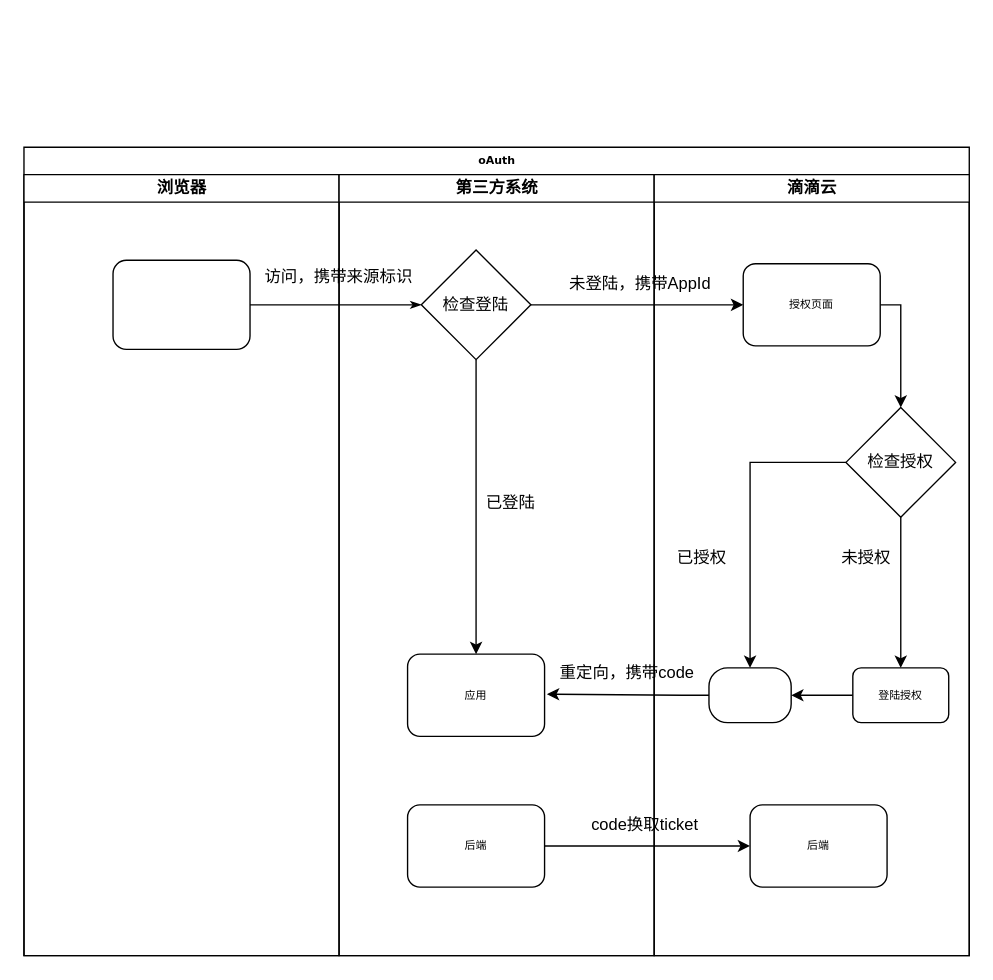
Above: page "Page-2" (2 of 12) of Untitled Diagram.drawio in zyx1992/hexoDocs (draw.io), before the change. Source tidied: cells renumbered, new cells numbered last; positions are measured from the earlier drawing's top-left corner, leaving out a move shared by most shapes. Both pictures are drawn from the tidied source at 137%, with x=0, y=0 at pixel (23, 147).
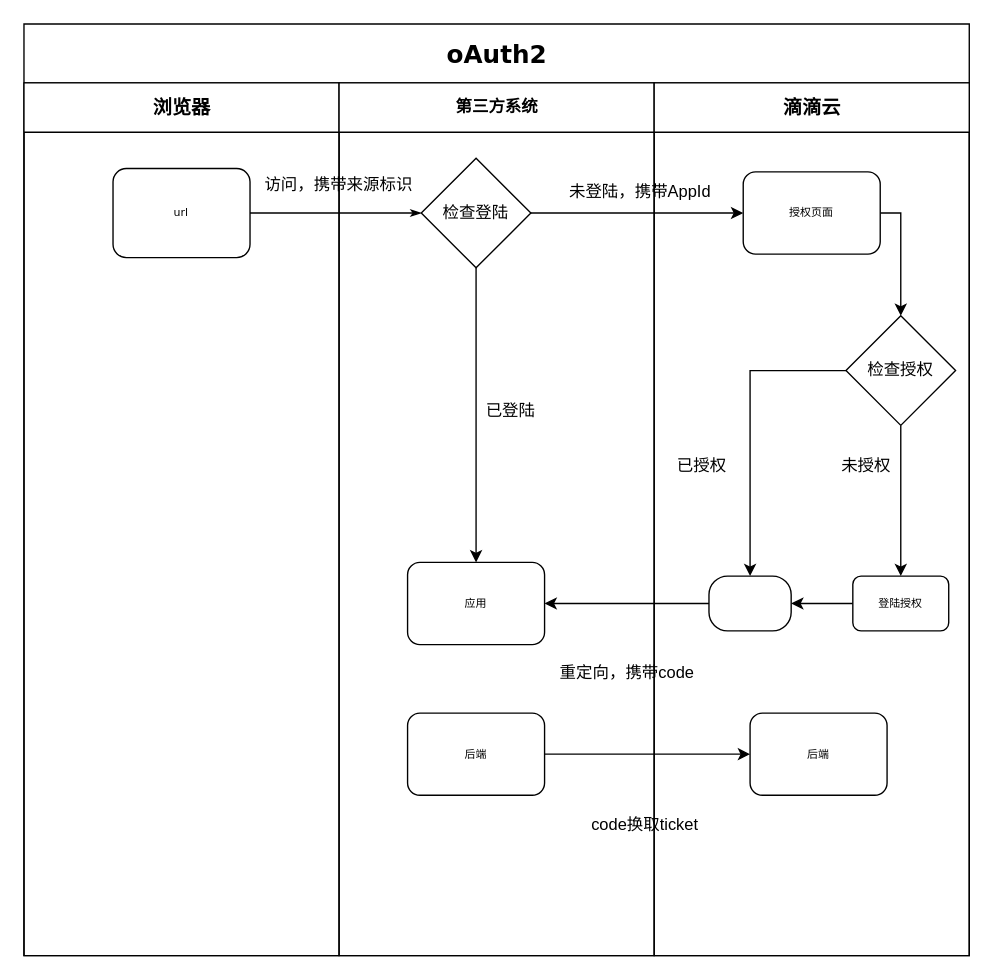
The same page after the edit.

Unchanged cells that the change refers to:
```xml
<mxCell id="2" value="重定向，携带code" style="text;html=1;align=center;verticalAlign=middle;points=[];" parent="1" vertex="1">
  <mxGeometry x="385" y="374" width="110" height="20" as="geometry" />
</mxCell>
<mxCell id="11" value="应用" style="rounded=1;whiteSpace=wrap;html=1;shadow=0;labelBackgroundColor=none;strokeWidth=1;fontFamily=Verdana;fontSize=8;align=center;" parent="10" vertex="1">
  <mxGeometry x="50" y="350" width="100" height="60" as="geometry" />
</mxCell>
<mxCell id="20" style="rounded=1;whiteSpace=wrap;html=1;shadow=0;labelBackgroundColor=none;strokeWidth=1;fontFamily=Verdana;fontSize=8;align=center;arcSize=34;" parent="16" vertex="1">
  <mxGeometry x="40" y="360" width="60" height="40" as="geometry" />
</mxCell>
```

Change to the diagram source:
```diff
@@
-    <mxCell id="3" style="edgeStyle=orthogonalEdgeStyle;rounded=0;jettySize=auto;html=1;entryX=-0.03;entryY=1.259;entryDx=0;entryDy=0;entryPerimeter=0;" parent="1" edge="1" source="20" target="2">
-      <mxGeometry relative="1" as="geometry" />
-    </mxCell>
@@
-    <mxCell id="5" value="oAuth" style="swimlane;html=1;startSize=20;rounded=0;shadow=0;labelBackgroundColor=none;strokeWidth=1;fontFamily=Verdana;fontSize=8;align=center;" parent="1" vertex="1">
-      <mxGeometry width="690" height="590" as="geometry" />
+    <mxCell id="5" value="&lt;font style=&quot;font-size: 18px&quot;&gt;oAuth2&lt;/font&gt;" style="swimlane;html=1;startSize=43;rounded=0;shadow=0;labelBackgroundColor=none;strokeWidth=1;fontFamily=Verdana;fontSize=8;align=center;" parent="1" vertex="1">
+      <mxGeometry y="-90" width="690" height="680" as="geometry" />
     </mxCell>
-    <mxCell id="6" value="浏览器" style="swimlane;html=1;startSize=20;" parent="5" vertex="1">
-      <mxGeometry y="20" width="230" height="570" as="geometry" />
+    <mxCell id="6" value="&lt;font style=&quot;font-size: 14px&quot;&gt;浏览器&lt;/font&gt;" style="swimlane;html=1;startSize=36;" parent="5" vertex="1">
+      <mxGeometry y="43" width="230" height="637" as="geometry" />
     </mxCell>
-    <mxCell id="7" style="rounded=1;whiteSpace=wrap;html=1;shadow=0;labelBackgroundColor=none;strokeWidth=1;fontFamily=Verdana;fontSize=8;align=center;" parent="6" vertex="1">
+    <mxCell id="7" value="url" style="rounded=1;whiteSpace=wrap;html=1;shadow=0;labelBackgroundColor=none;strokeWidth=1;fontFamily=Verdana;fontSize=8;align=center;" parent="6" vertex="1">
       <mxGeometry x="65" y="62.5" width="100" height="65" as="geometry" />
     </mxCell>
@@
-    <mxCell id="10" value="第三方系统" style="swimlane;html=1;startSize=20;" parent="5" vertex="1">
-      <mxGeometry x="230" y="20" width="230" height="570" as="geometry" />
+    <mxCell id="10" value="第三方系统" style="swimlane;html=1;startSize=36;" parent="5" vertex="1">
+      <mxGeometry x="230" y="43" width="230" height="637" as="geometry" />
     </mxCell>
@@
-    <mxCell id="16" value="滴滴云" style="swimlane;html=1;startSize=20;" parent="5" vertex="1">
-      <mxGeometry x="460" y="20" width="230" height="570" as="geometry" />
+    <mxCell id="16" value="&lt;font style=&quot;font-size: 14px&quot;&gt;滴滴云&lt;/font&gt;" style="swimlane;html=1;startSize=36;" parent="5" vertex="1">
+      <mxGeometry x="460" y="43" width="230" height="637" as="geometry" />
     </mxCell>
@@
+    <mxCell id="3" style="edgeStyle=orthogonalEdgeStyle;rounded=0;jettySize=auto;html=1;entryX=1;entryY=0.5;entryDx=0;entryDy=0;" parent="5" edge="1" source="20" target="11">
+      <mxGeometry relative="1" as="geometry" />
+    </mxCell>
```
